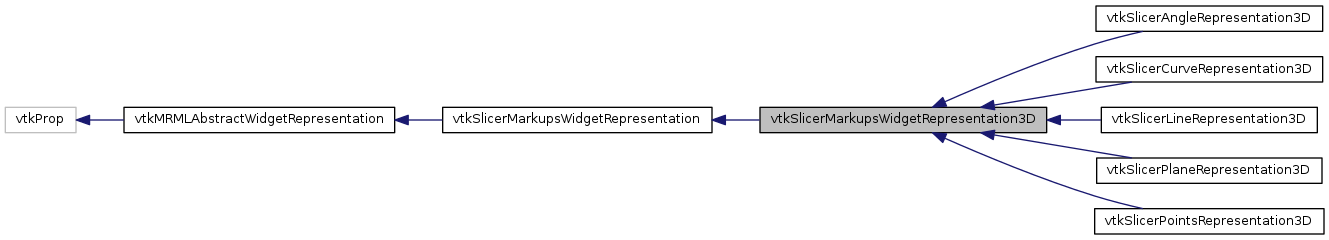
Before: master/classvtkSlicerMarkupsWidgetRepresentation3D__inherit__graph.png, a diagram exported from Graphviz (jamesobutler/apidocs.slicer.org). Its source is kept beside it as master/classvtkSlicerMarkupsWidgetRepresentation3D__inherit__graph.dot. Source of this version:
```dot
digraph "vtkSlicerMarkupsWidgetRepresentation3D"
{
  bgcolor="transparent";
  edge [fontname="Helvetica",fontsize="10",labelfontname="Helvetica",labelfontsize="10"];
  node [fontname="Helvetica",fontsize="10",shape=record];
  rankdir="LR";
  Node0 [label="vtkSlicerMarkupsWidgetRepresentation3D",height=0.2,width=0.4,color="black", fillcolor="grey75", style="filled", fontcolor="black"];
  Node1 -> Node0 [dir="back",color="midnightblue",fontsize="10",style="solid",fontname="Helvetica"];
  Node1 [label="vtkSlicerMarkupsWidgetRepresentation",height=0.2,width=0.4,color="black",URL="$classvtkSlicerMarkupsWidgetRepresentation.html",tooltip="Class for rendering a markups node. "];
  Node2 -> Node1 [dir="back",color="midnightblue",fontsize="10",style="solid",fontname="Helvetica"];
  Node2 [label="vtkMRMLAbstractWidgetRepresentation",height=0.2,width=0.4,color="black",URL="$classvtkMRMLAbstractWidgetRepresentation.html",tooltip="Class for rendering a markups node. "];
  Node3 -> Node2 [dir="back",color="midnightblue",fontsize="10",style="solid",fontname="Helvetica"];
  Node3 [label="vtkProp",height=0.2,width=0.4,color="grey75"];
  Node0 -> Node4 [dir="back",color="midnightblue",fontsize="10",style="solid",fontname="Helvetica"];
  Node4 [label="vtkSlicerAngleRepresentation3D",height=0.2,width=0.4,color="black",URL="$classvtkSlicerAngleRepresentation3D.html",tooltip="Default representation for the angle widget. "];
  Node0 -> Node5 [dir="back",color="midnightblue",fontsize="10",style="solid",fontname="Helvetica"];
  Node5 [label="vtkSlicerCurveRepresentation3D",height=0.2,width=0.4,color="black",URL="$classvtkSlicerCurveRepresentation3D.html",tooltip="Default representation for the curve widget. "];
  Node0 -> Node6 [dir="back",color="midnightblue",fontsize="10",style="solid",fontname="Helvetica"];
  Node6 [label="vtkSlicerLineRepresentation3D",height=0.2,width=0.4,color="black",URL="$classvtkSlicerLineRepresentation3D.html",tooltip="Default representation for the line widget. "];
  Node0 -> Node7 [dir="back",color="midnightblue",fontsize="10",style="solid",fontname="Helvetica"];
  Node7 [label="vtkSlicerPlaneRepresentation3D",height=0.2,width=0.4,color="black",URL="$classvtkSlicerPlaneRepresentation3D.html",tooltip="Default representation for the plane widget. "];
  Node0 -> Node8 [dir="back",color="midnightblue",fontsize="10",style="solid",fontname="Helvetica"];
  Node8 [label="vtkSlicerPointsRepresentation3D",height=0.2,width=0.4,color="black",URL="$classvtkSlicerPointsRepresentation3D.html",tooltip="Default representation for the points widget. "];
}
```
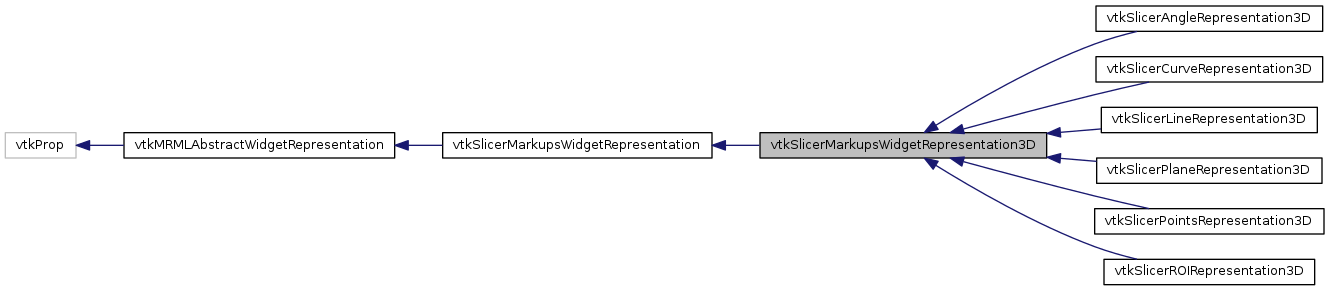
The same diagram one commit later.

Diff of the diagram source:
```diff
@@ -21,4 +21,6 @@
   Node7 [label="vtkSlicerPlaneRepresentation3D",height=0.2,width=0.4,color="black",URL="$classvtkSlicerPlaneRepresentation3D.html",tooltip="Default representation for the plane widget. "];
   Node0 -> Node8 [dir="back",color="midnightblue",fontsize="10",style="solid",fontname="Helvetica"];
   Node8 [label="vtkSlicerPointsRepresentation3D",height=0.2,width=0.4,color="black",URL="$classvtkSlicerPointsRepresentation3D.html",tooltip="Default representation for the points widget. "];
+  Node0 -> Node9 [dir="back",color="midnightblue",fontsize="10",style="solid",fontname="Helvetica"];
+  Node9 [label="vtkSlicerROIRepresentation3D",height=0.2,width=0.4,color="black",URL="$classvtkSlicerROIRepresentation3D.html",tooltip="Default representation for the plane widget. "];
 }
```
